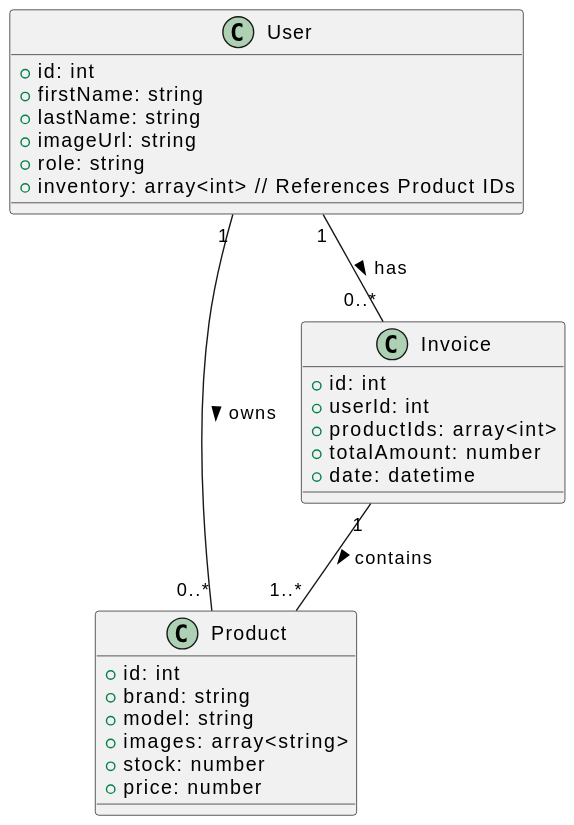
DebojyotiMishra/EPITA-Server-Sided-JavaScript keeps this PlantUML diagram as UML.svg. Above is the earlier version.
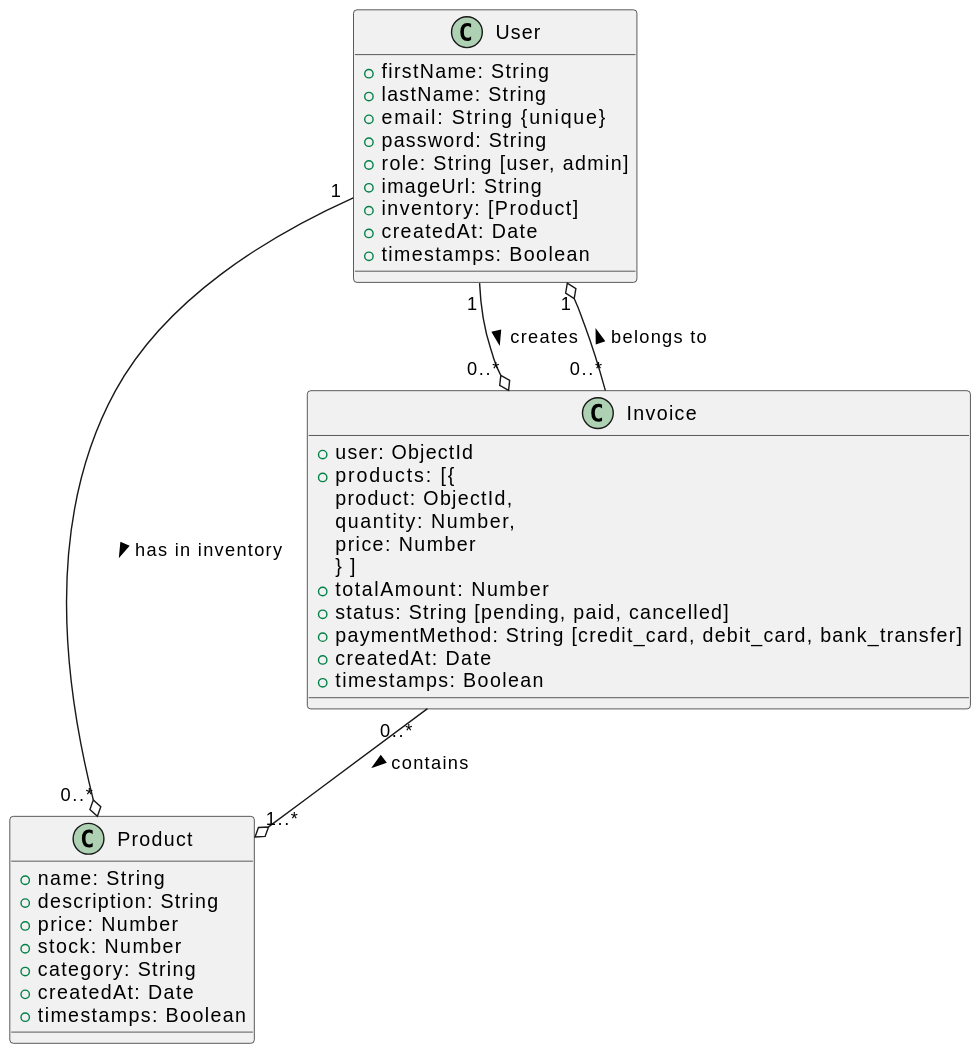
The same diagram one commit later.

The edit, as a diff of the source:
```diff
@@ -1,31 +1,42 @@
 @startuml
 class User {
-    +id: int
-    +firstName: string
-    +lastName: string
-    +imageUrl: string
-    +role: string
-    +inventory: array<int>  // References Product IDs
+  +firstName: String
+  +lastName: String
+  +email: String {unique}
+  +password: String
+  +role: String [user, admin]
+  +imageUrl: String
+  +inventory: [Product]
+  +createdAt: Date
+  +timestamps: Boolean
 }
 
 class Product {
-    +id: int
-    +brand: string
-    +model: string
-    +images: array<string>
-    +stock: number
-    +price: number
+  +name: String
+  +description: String
+  +price: Number
+  +stock: Number
+  +category: String
+  +createdAt: Date
+  +timestamps: Boolean
 }
 
 class Invoice {
-    +id: int
-    +userId: int
-    +productIds: array<int>
-    +totalAmount: number
-    +date: datetime
+  +user: ObjectId
+  +products: [{
+    product: ObjectId,
+    quantity: Number,
+    price: Number
+  }]
+  +totalAmount: Number
+  +status: String [pending, paid, cancelled]
+  +paymentMethod: String [credit_card, debit_card, bank_transfer]
+  +createdAt: Date
+  +timestamps: Boolean
 }
 
-User "1" -- "0..*" Product : owns >
-User "1" -- "0..*" Invoice : has >
-Invoice "1" -- "1..*" Product : contains >
+User "1" --o "0..*" Product : has in inventory >
+User "1" --o "0..*" Invoice : creates >
+Invoice "0..*" --o "1" User : belongs to >
+Invoice "0..*" --o "1..*" Product : contains >
 @enduml
```
